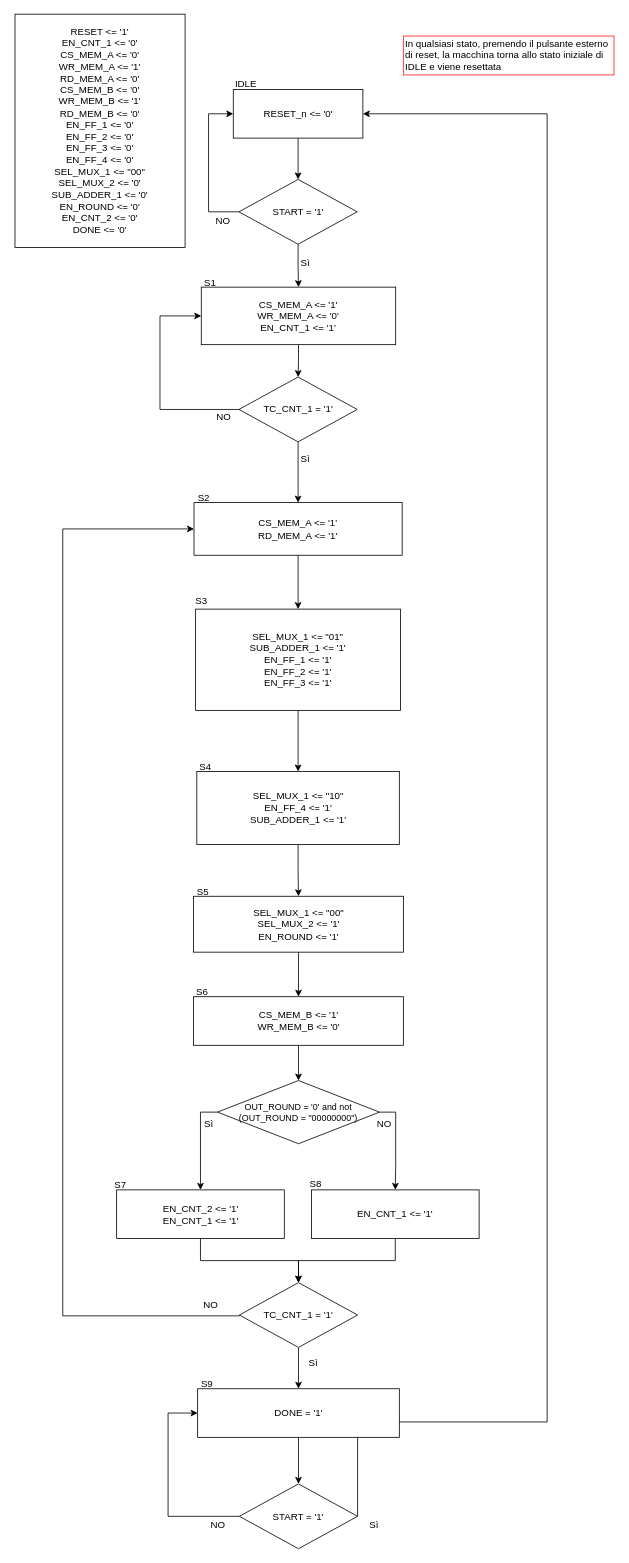
leobel96/Polito-ESD-NeuralNetwork keeps this draw.io diagram as lab6/Control ASM.drawio. Above is the earlier version. Source tidied: cells renumbered, new cells numbered last; positions are measured from the earlier drawing's top-left corner, leaving out a move shared by most shapes. Both pictures are drawn from the tidied source at 81%, with x=0, y=0 at pixel (15, 14).
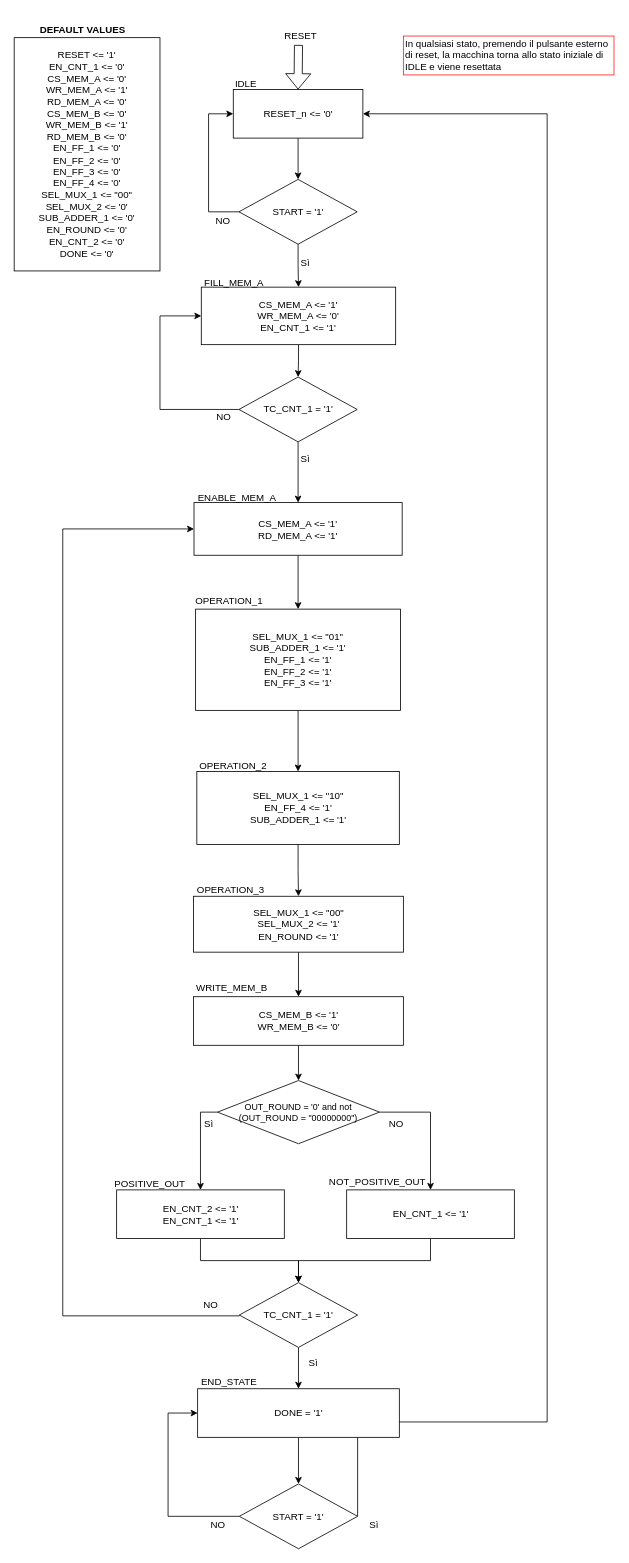
The same page after the edit.

Unchanged cells that the change refers to:
```xml
<mxCell id="3" value="&lt;div&gt;RESET_n &amp;lt;= '0'&lt;/div&gt;" style="rounded=0;whiteSpace=wrap;html=1;" parent="1" vertex="1">
  <mxGeometry x="269.5" y="93" width="160" height="60" as="geometry" />
</mxCell>
```

What changed in the source:
```diff
@@
-    <mxCell id="7" value="S1" style="text;html=1;align=left;verticalAlign=top;spacingTop=-4;" parent="1" vertex="1">
-      <mxGeometry x="232" y="322" width="30" height="20" as="geometry" />
+    <mxCell id="7" value="FILL_MEM_A" style="text;html=1;align=left;verticalAlign=top;spacingTop=-4;" parent="1" vertex="1">
+      <mxGeometry x="232" y="322" width="80" height="20" as="geometry" />
     </mxCell>
@@
-    <mxCell id="31" value="S3" style="text;html=1;align=left;verticalAlign=top;spacingTop=-4;" parent="1" vertex="1">
-      <mxGeometry x="221" y="714.5" width="30" height="20" as="geometry" />
+    <mxCell id="31" value="OPERATION_1" style="text;html=1;align=left;verticalAlign=top;spacingTop=-4;" parent="1" vertex="1">
+      <mxGeometry x="221" y="714.5" width="100" height="20" as="geometry" />
     </mxCell>
-    <mxCell id="32" value="S4" style="text;html=1;align=left;verticalAlign=top;spacingTop=-4;" parent="1" vertex="1">
-      <mxGeometry x="226" y="920" width="30" height="20" as="geometry" />
+    <mxCell id="32" value="OPERATION_2" style="text;html=1;align=left;verticalAlign=top;spacingTop=-4;" parent="1" vertex="1">
+      <mxGeometry x="226" y="918" width="100" height="20" as="geometry" />
     </mxCell>
-    <mxCell id="33" value="S5" style="text;html=1;align=left;verticalAlign=top;spacingTop=-4;" parent="1" vertex="1">
-      <mxGeometry x="222.5" y="1074" width="30" height="20" as="geometry" />
+    <mxCell id="33" value="OPERATION_3" style="text;html=1;align=left;verticalAlign=top;spacingTop=-4;" parent="1" vertex="1">
+      <mxGeometry x="222.5" y="1071" width="100" height="20" as="geometry" />
     </mxCell>
@@
     <mxCell id="40" value="NO" style="text;html=1;align=left;verticalAlign=top;spacingTop=-4;" parent="1" vertex="1">
-      <mxGeometry x="444.5" y="1360" width="30" height="20" as="geometry" />
+      <mxGeometry x="459.5" y="1360" width="30" height="20" as="geometry" />
     </mxCell>
-    <mxCell id="41" value="S7" style="text;html=1;align=left;verticalAlign=top;spacingTop=-4;" parent="1" vertex="1">
-      <mxGeometry x="121" y="1435.5" width="30" height="20" as="geometry" />
+    <mxCell id="41" value="POSITIVE_OUT" style="text;html=1;align=left;verticalAlign=top;spacingTop=-4;" parent="1" vertex="1">
+      <mxGeometry x="121" y="1433.5" width="100" height="20" as="geometry" />
     </mxCell>
-    <mxCell id="42" value="S9" style="text;html=1;align=left;verticalAlign=top;spacingTop=-4;" parent="1" vertex="1">
-      <mxGeometry x="227.5" y="1681" width="30" height="20" as="geometry" />
+    <mxCell id="42" value="END_STATE" style="text;html=1;align=left;verticalAlign=top;spacingTop=-4;" parent="1" vertex="1">
+      <mxGeometry x="227.5" y="1679" width="80" height="20" as="geometry" />
     </mxCell>
@@
-    <mxCell id="45" value="S6" style="text;html=1;align=left;verticalAlign=top;spacingTop=-4;" parent="1" vertex="1">
-      <mxGeometry x="221.5" y="1198" width="30" height="20" as="geometry" />
+    <mxCell id="45" value="WRITE_MEM_B" style="text;html=1;align=left;verticalAlign=top;spacingTop=-4;" parent="1" vertex="1">
+      <mxGeometry x="221.5" y="1193" width="100" height="20" as="geometry" />
     </mxCell>
     <mxCell id="46" value="&lt;div&gt;RESET &amp;lt;= '1'&lt;/div&gt;&lt;div&gt;EN_CNT_1 &amp;lt;= '0'&lt;/div&gt;&lt;div&gt;CS_MEM_A &amp;lt;= '0'&lt;/div&gt;&lt;div&gt;WR_MEM_A &amp;lt;= '1'&lt;/div&gt;&lt;div&gt;RD_MEM_A &amp;lt;= '0'&lt;br&gt;&lt;/div&gt;&lt;div&gt;CS_MEM_B &amp;lt;= '0'&lt;br&gt;&lt;div&gt;WR_MEM_B &amp;lt;= '1'&lt;/div&gt;&lt;div&gt;RD_MEM_B &amp;lt;= '0'&lt;/div&gt;&lt;div&gt;&lt;div&gt;&lt;div&gt;EN_FF_1 &amp;lt;= '0'&lt;/div&gt;&lt;/div&gt;&lt;div&gt;EN_FF_2 &amp;lt;= '0'&lt;/div&gt;&lt;/div&gt;&lt;div&gt;EN_FF_3 &amp;lt;= '0'&lt;/div&gt;&lt;div&gt;EN_FF_4 &amp;lt;= '0'&lt;br&gt;&lt;/div&gt;&lt;div&gt;SEL_MUX_1 &amp;lt;= &quot;00&quot;&lt;br&gt;&lt;/div&gt;&lt;div&gt;SEL_MUX_2 &amp;lt;= '0'&lt;/div&gt;&lt;div&gt;SUB_ADDER_1 &amp;lt;= '0'&lt;/div&gt;&lt;/div&gt;&lt;div&gt;EN_ROUND &amp;lt;= '0'&lt;br&gt;&lt;/div&gt;&lt;div&gt;EN_CNT_2 &amp;lt;= '0'&lt;br&gt;&lt;/div&gt;&lt;div&gt;DONE &amp;lt;= '0'&lt;/div&gt;" style="rounded=0;whiteSpace=wrap;html=1;" parent="1" vertex="1">
-      <mxGeometry width="210" height="288" as="geometry" />
+      <mxGeometry x="-1" y="29" width="180" height="288" as="geometry" />
     </mxCell>
@@
     <mxCell id="49" value="EN_CNT_1 &amp;lt;= '1'" style="rounded=0;whiteSpace=wrap;html=1;" parent="1" vertex="1">
-      <mxGeometry x="366" y="1451.5" width="207" height="60" as="geometry" />
+      <mxGeometry x="409.5" y="1451.5" width="207" height="60" as="geometry" />
     </mxCell>
-    <mxCell id="50" value="S8" style="text;html=1;align=left;verticalAlign=top;spacingTop=-4;" parent="1" vertex="1">
-      <mxGeometry x="362" y="1434.5" width="30" height="20" as="geometry" />
+    <mxCell id="50" value="NOT_POSITIVE_OUT" style="text;html=1;align=left;verticalAlign=top;spacingTop=-4;" parent="1" vertex="1">
+      <mxGeometry x="385.5" y="1431.5" width="130" height="20" as="geometry" />
     </mxCell>
@@
-    <mxCell id="58" value="S2" style="text;html=1;align=left;verticalAlign=top;spacingTop=-4;" parent="1" vertex="1">
-      <mxGeometry x="224" y="587" width="30" height="20" as="geometry" />
+    <mxCell id="58" value="ENABLE_MEM_A" style="text;html=1;align=left;verticalAlign=top;spacingTop=-4;" parent="1" vertex="1">
+      <mxGeometry x="224" y="587" width="110" height="20" as="geometry" />
     </mxCell>
+    <mxCell id="59" style="shape=flexArrow;endArrow=classic;html=1;entryX=0.5;entryY=0;entryDx=0;entryDy=0;" parent="1" edge="1" target="3">
+      <mxGeometry relative="1" as="geometry">
+        <mxPoint x="350" y="38" as="sourcePoint" />
+      </mxGeometry>
+    </mxCell>
+    <mxCell id="60" value="RESET" style="text;html=1;align=left;verticalAlign=top;spacingTop=-4;" parent="1" vertex="1">
+      <mxGeometry x="330.5" y="17" width="60" height="20" as="geometry" />
+    </mxCell>
+    <mxCell id="61" value="&lt;b&gt;DEFAULT VALUES&lt;/b&gt;" style="text;html=1;align=left;verticalAlign=top;spacingTop=-4;" parent="1" vertex="1">
+      <mxGeometry x="29" y="10" width="120" height="20" as="geometry" />
+    </mxCell>
```
